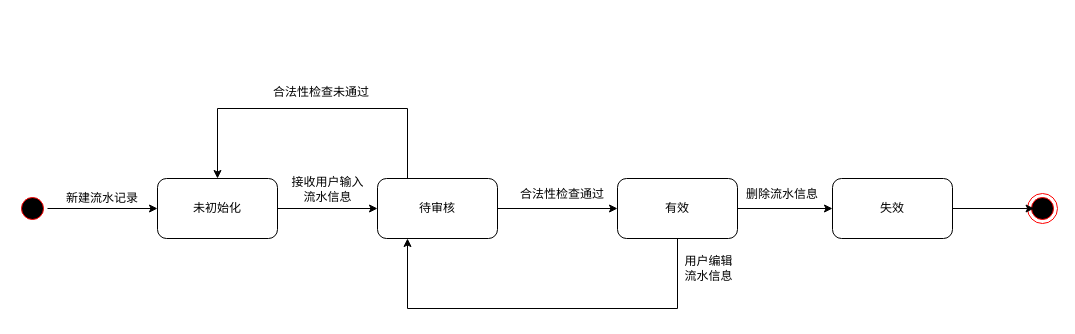
Earlier version of the draw.io diagram InvestmentRecord状态图.drawio (PomeloLemon/SoftwareDiagrams). Source tidied: cells renumbered, new cells numbered last; positions are measured from the earlier drawing's top-left corner, leaving out a move shared by most shapes. Both pictures are drawn from the tidied source at 100%, with x=0, y=0 at pixel (17, 77).
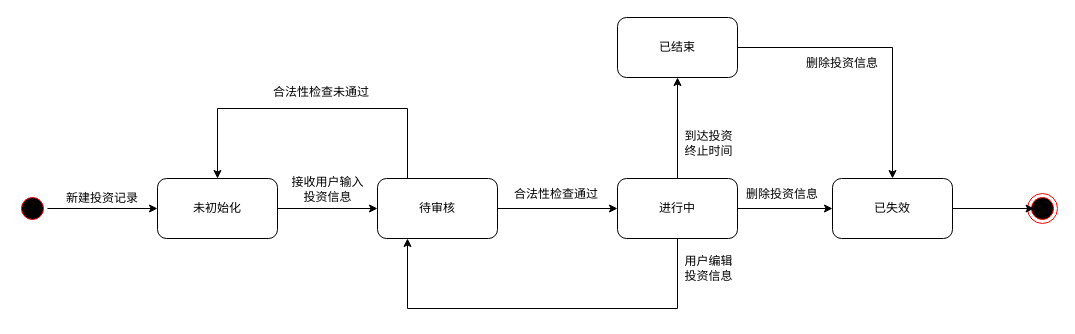
The same diagram, later.

Commit message:
更新InvestmentRecord状态图.drawio

What changed in the source:
```diff
@@
-    <mxCell id="6" value="新建流水记录" style="text;html=1;strokeColor=none;fillColor=none;align=center;verticalAlign=middle;whiteSpace=wrap;rounded=0;" parent="1" vertex="1">
+    <mxCell id="6" value="新建投资记录" style="text;html=1;strokeColor=none;fillColor=none;align=center;verticalAlign=middle;whiteSpace=wrap;rounded=0;" parent="1" vertex="1">
       <mxGeometry x="20" y="106" width="130" height="30" as="geometry" />
     </mxCell>
@@
-    <mxCell id="10" value="接收用户输入&lt;br&gt;流水信息" style="text;html=1;align=center;verticalAlign=middle;strokeColor=none;fillColor=none;" parent="1" vertex="1">
+    <mxCell id="10" value="接收用户输入&lt;br&gt;投资信息" style="text;html=1;align=center;verticalAlign=middle;strokeColor=none;fillColor=none;" parent="1" vertex="1">
       <mxGeometry x="260" y="92" width="100" height="40" as="geometry" />
     </mxCell>
@@
+    <mxCell id="21" style="edgeStyle=orthogonalEdgeStyle;rounded=0;jettySize=auto;html=1;" parent="1" edge="1" source="13" target="23">
+      <mxGeometry relative="1" as="geometry" />
+    </mxCell>
-    <mxCell id="13" value="有效" style="rounded=1;whiteSpace=wrap;html=1;" parent="1" vertex="1">
+    <mxCell id="13" value="进行中" style="rounded=1;whiteSpace=wrap;html=1;" parent="1" vertex="1">
       <mxGeometry x="600" y="101" width="120" height="60" as="geometry" />
     </mxCell>
     <mxCell id="14" value="合法性检查通过" style="text;html=1;strokeColor=none;fillColor=none;align=center;verticalAlign=middle;whiteSpace=wrap;rounded=0;" parent="1" vertex="1">
-      <mxGeometry x="480" y="102" width="130" height="30" as="geometry" />
+      <mxGeometry x="474" y="102" width="130" height="30" as="geometry" />
     </mxCell>
-    <mxCell id="15" value="删除流水信息" style="text;html=1;strokeColor=none;fillColor=none;align=center;verticalAlign=middle;whiteSpace=wrap;rounded=0;" parent="1" vertex="1">
+    <mxCell id="15" value="删除投资信息" style="text;html=1;strokeColor=none;fillColor=none;align=center;verticalAlign=middle;whiteSpace=wrap;rounded=0;" parent="1" vertex="1">
       <mxGeometry x="700" y="102" width="130" height="30" as="geometry" />
     </mxCell>
@@
-    <mxCell id="18" value="失效" style="rounded=1;whiteSpace=wrap;html=1;" parent="1" vertex="1">
+    <mxCell id="18" value="已失效" style="rounded=1;whiteSpace=wrap;html=1;" parent="1" vertex="1">
       <mxGeometry x="815" y="101" width="120" height="60" as="geometry" />
     </mxCell>
@@
-    <mxCell id="20" value="用户编辑&lt;br&gt;流水信息" style="text;html=1;align=center;verticalAlign=middle;strokeColor=none;fillColor=none;" parent="1" vertex="1">
+    <mxCell id="20" value="用户编辑&lt;br&gt;投资信息" style="text;html=1;align=center;verticalAlign=middle;strokeColor=none;fillColor=none;" parent="1" vertex="1">
       <mxGeometry x="656" y="171" width="70" height="40" as="geometry" />
     </mxCell>
+    <mxCell id="22" style="edgeStyle=orthogonalEdgeStyle;rounded=0;jettySize=auto;html=1;" parent="1" edge="1" source="23" target="18">
+      <mxGeometry relative="1" as="geometry" />
+    </mxCell>
+    <mxCell id="23" value="已结束" style="rounded=1;whiteSpace=wrap;html=1;" parent="1" vertex="1">
+      <mxGeometry x="600" y="-60" width="120" height="60" as="geometry" />
+    </mxCell>
+    <mxCell id="24" value="删除投资信息" style="text;html=1;strokeColor=none;fillColor=none;align=center;verticalAlign=middle;whiteSpace=wrap;rounded=0;" parent="1" vertex="1">
+      <mxGeometry x="760" y="-29" width="130" height="30" as="geometry" />
+    </mxCell>
+    <mxCell id="25" value="到达投资&lt;br&gt;终止时间" style="text;html=1;align=center;verticalAlign=middle;strokeColor=none;fillColor=none;" parent="1" vertex="1">
+      <mxGeometry x="656" y="46" width="70" height="40" as="geometry" />
+    </mxCell>
```
